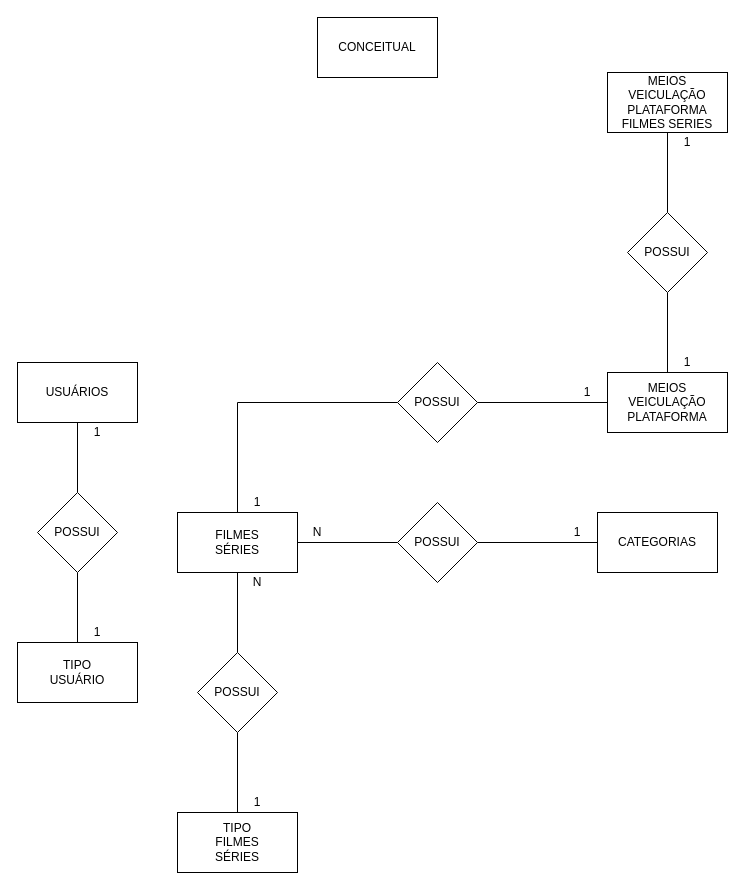
brunohesilva/2s2019-sprint-1-bd-OpFlix keeps this draw.io diagram as page "Conceitual" (1 of 2) of OpFlixBD/Modelagem-OpFlix.drawio. Above is the earlier version. Source tidied: cells renumbered, new cells numbered last; positions are measured from the earlier drawing's top-left corner, leaving out a move shared by most shapes. Both pictures are drawn from the tidied source at 100%, with x=0, y=0 at pixel (17, 17).
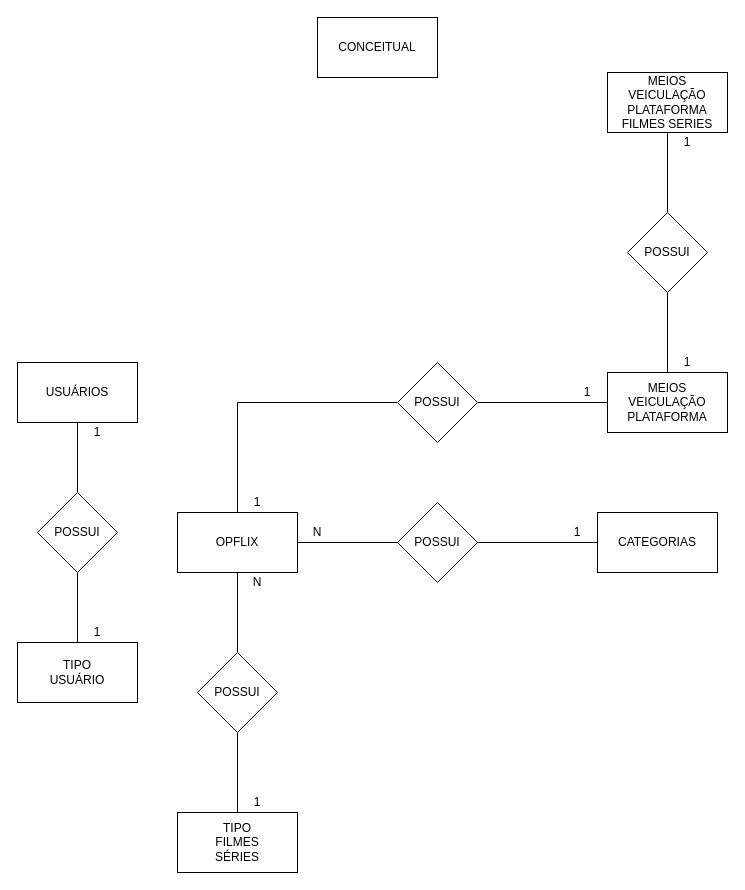
After the change.

Change to the diagram source:
```diff
@@
-    <mxCell id="5" value="FILMES&lt;br&gt;SÉRIES" style="rounded=0;whiteSpace=wrap;html=1;" parent="1" vertex="1">
+    <mxCell id="5" value="OPFLIX" style="rounded=0;whiteSpace=wrap;html=1;" parent="1" vertex="1">
       <mxGeometry x="160" y="495" width="120" height="60" as="geometry" />
     </mxCell>
```
